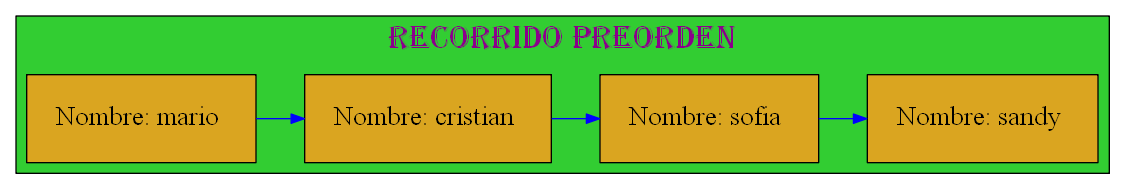
The Graphviz diagram Graficas/Recorrido_Preorden.dot.png in mariotun/EDD_1S2020_PY1_201602942, before a commit. Its source is kept beside it as Graficas/Recorrido_Preorden.dot.
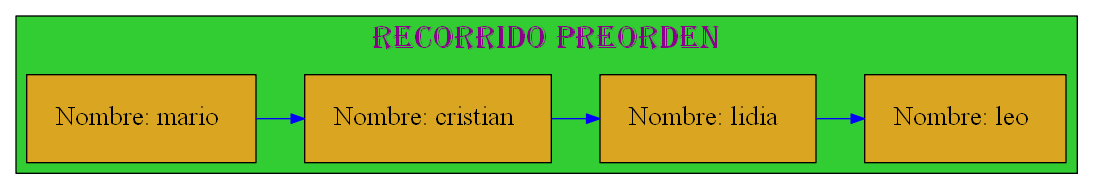
The same diagram one commit later.

What changed in the source:
```diff
@@ -13,12 +13,12 @@
 node[margin=0.3 shape=box style=filled fontcolor=black fillcolor=goldenrod fontsize=20];
 {rank=same;
 
-25770475776[label="Nombre: mario " ];
-25770475984[label="Nombre: cristian " ];
-25770476384[label="Nombre: sofia " ];
-25770476192[label="Nombre: sandy " ];
+25770483616[label="Nombre: mario " ];
+25770483472[label="Nombre: cristian " ];
+25770484528[label="Nombre: lidia " ];
+25770483872[label="Nombre: leo " ];
 };
-25770475776 -> 25770475984 -> 25770476384 -> 25770476192
+25770483616 -> 25770483472 -> 25770484528 -> 25770483872
 
 [color=blue ];
 }
```
